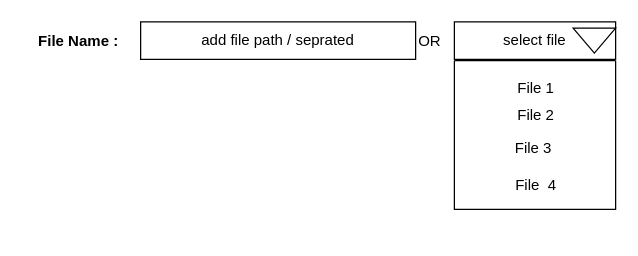
NayanKhedkar/Design keeps this draw.io diagram as Untitled Diagram.drawio. Above is the earlier version. Source tidied: cells renumbered, new cells numbered last; positions are measured from the earlier drawing's top-left corner, leaving out a move shared by most shapes. Both pictures are drawn from the tidied source at 125%, with x=0, y=0 at pixel (21, 21).
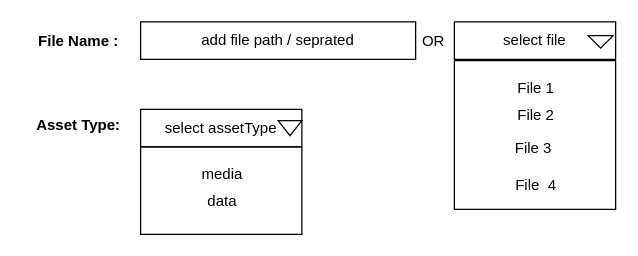
After the change.

What changed in the source:
```diff
@@
 <mxGraphModel>
   <root>
     <mxCell id="0" />
     <mxCell id="1" parent="0" />
     <mxCell id="2" value="add file path / seprated" style="rounded=0;whiteSpace=wrap;html=1;" parent="1" vertex="1">
       <mxGeometry x="95" width="220" height="30" as="geometry" />
     </mxCell>
     <mxCell id="3" style="swimlane;startSize=0;" parent="1" vertex="1">
       <mxGeometry x="346" y="31" width="129" height="119" as="geometry" />
     </mxCell>
     <mxCell id="4" value="File 1" style="text;html=1;align=center;verticalAlign=middle;strokeColor=none;fillColor=none;" parent="3" vertex="1">
       <mxGeometry x="39.5" y="7" width="50" height="30" as="geometry" />
     </mxCell>
     <mxCell id="5" value="File&amp;nbsp; 4" style="text;html=1;align=center;verticalAlign=middle;strokeColor=none;fillColor=none;" parent="3" vertex="1">
       <mxGeometry x="34.5" y="85" width="60" height="30" as="geometry" />
     </mxCell>
     <mxCell id="6" value="File 3" style="text;html=1;align=center;verticalAlign=middle;strokeColor=none;fillColor=none;" parent="3" vertex="1">
       <mxGeometry x="38" y="55" width="50" height="30" as="geometry" />
     </mxCell>
     <mxCell id="7" value="File 2" style="text;html=1;align=center;verticalAlign=middle;strokeColor=none;fillColor=none;" parent="3" vertex="1">
       <mxGeometry x="39.5" y="29" width="50" height="30" as="geometry" />
     </mxCell>
     <mxCell id="8" value="select file" style="rounded=0;whiteSpace=wrap;html=1;" parent="1" vertex="1">
       <mxGeometry x="346" width="129" height="30" as="geometry" />
     </mxCell>
     <mxCell id="9" style="triangle;whiteSpace=wrap;html=1;direction=south;" parent="1" vertex="1">
-      <mxGeometry x="441" y="5" width="34" height="20" as="geometry" />
+      <mxGeometry x="453" y="11" width="20" height="10" as="geometry" />
     </mxCell>
     <mxCell id="10" value="OR" style="text;html=1;align=center;verticalAlign=middle;strokeColor=none;fillColor=none;" parent="1" vertex="1">
-      <mxGeometry x="306" y="1" width="40" height="30" as="geometry" />
+      <mxGeometry x="309" y="1" width="40" height="30" as="geometry" />
     </mxCell>
     <mxCell id="11" value="&lt;b&gt;File Name :&lt;/b&gt;" style="text;html=1;align=center;verticalAlign=middle;strokeColor=none;fillColor=none;" parent="1" vertex="1">
       <mxGeometry y="1" width="90" height="30" as="geometry" />
     </mxCell>
+    <mxCell id="12" value="&lt;b&gt;Asset Type:&lt;/b&gt;" style="text;html=1;align=center;verticalAlign=middle;strokeColor=none;fillColor=none;" parent="1" vertex="1">
+      <mxGeometry y="68" width="90" height="30" as="geometry" />
+    </mxCell>
+    <mxCell id="13" value="select assetType" style="rounded=0;whiteSpace=wrap;html=1;" parent="1" vertex="1">
+      <mxGeometry x="95" y="70" width="129" height="30" as="geometry" />
+    </mxCell>
+    <mxCell id="14" style="triangle;whiteSpace=wrap;html=1;direction=south;" parent="1" vertex="1">
+      <mxGeometry x="205" y="79" width="19" height="12" as="geometry" />
+    </mxCell>
+    <mxCell id="15" style="swimlane;startSize=0;" parent="1" vertex="1">
+      <mxGeometry x="95" y="100" width="129" height="70" as="geometry" />
+    </mxCell>
+    <mxCell id="16" value="media" style="text;html=1;align=center;verticalAlign=middle;strokeColor=none;fillColor=none;" parent="15" vertex="1">
+      <mxGeometry x="34.5" y="7" width="60" height="30" as="geometry" />
+    </mxCell>
+    <mxCell id="17" value="data" style="text;html=1;align=center;verticalAlign=middle;strokeColor=none;fillColor=none;" parent="15" vertex="1">
+      <mxGeometry x="39.5" y="29" width="50" height="30" as="geometry" />
+    </mxCell>
   </root>
 </mxGraphModel>
```
